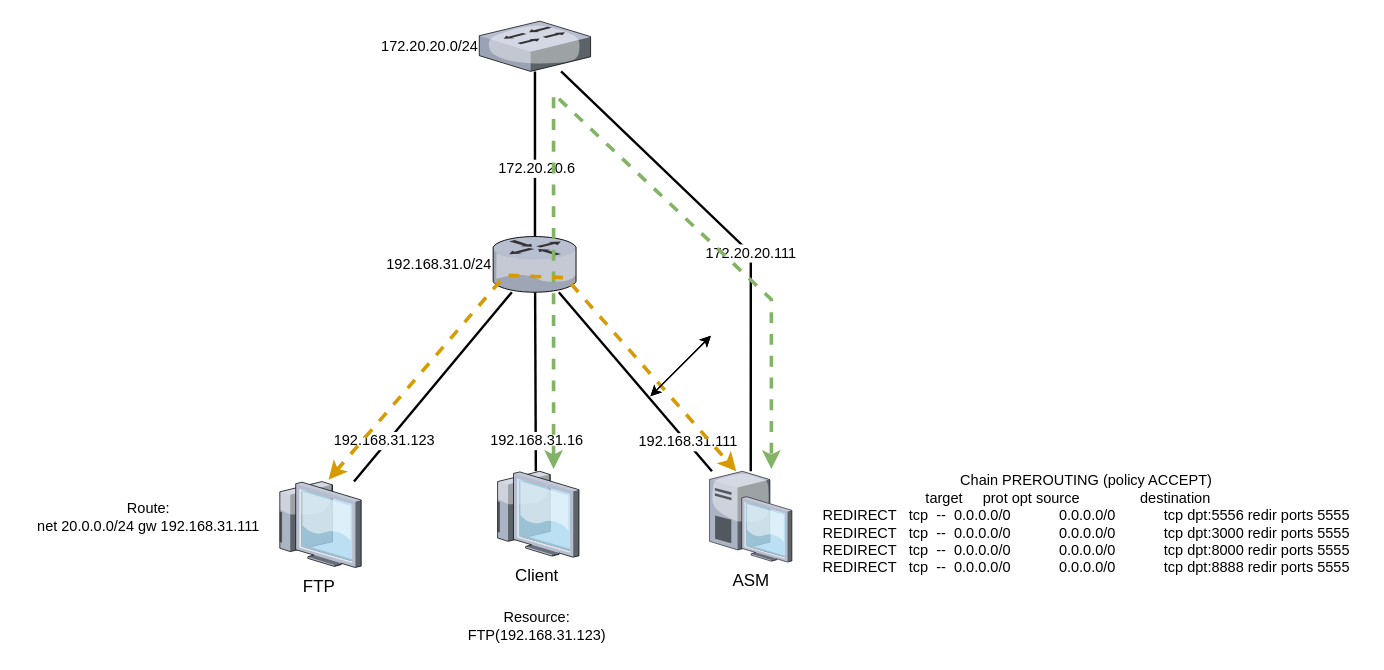
The draw.io diagram 未命名绘图.drawio in ares0516/drawio, before the edit. Source tidied: cells renumbered, new cells numbered last; positions are measured from the earlier drawing's top-left corner, leaving out a move shared by most shapes. Both pictures are drawn from the tidied source at 121%, with x=0, y=0 at pixel (21, 21).
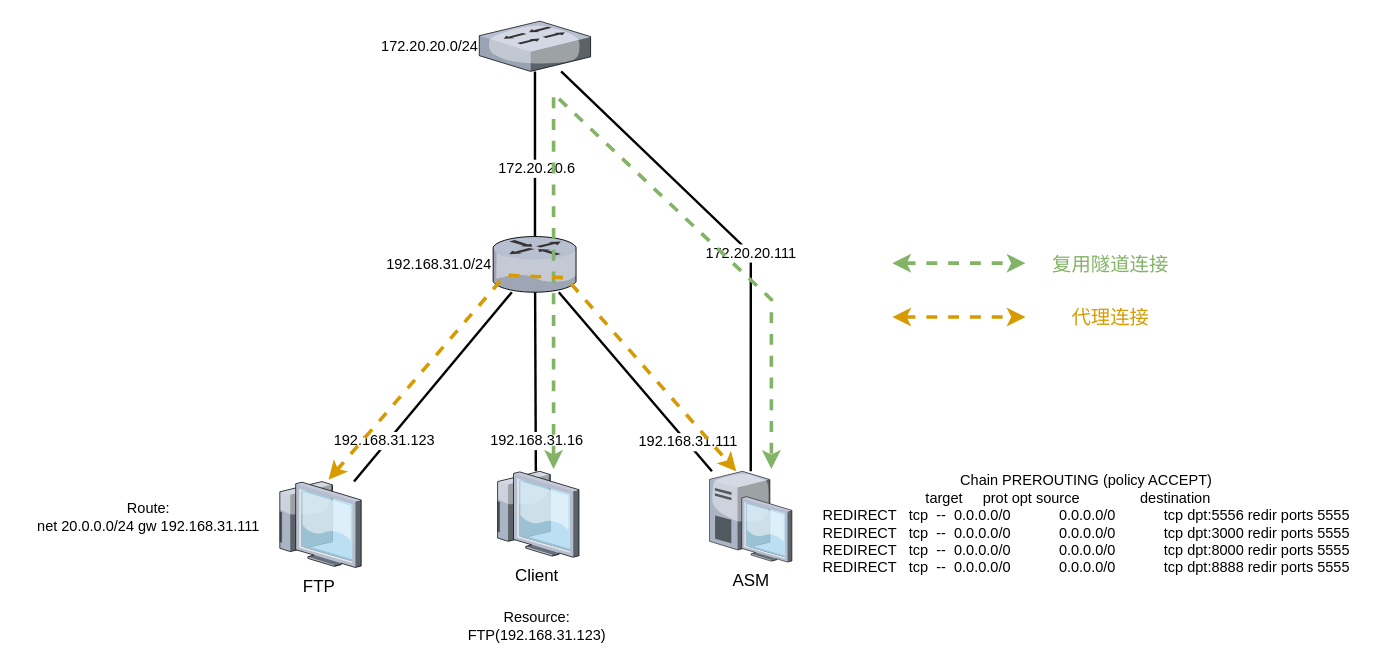
Above is the later version.

Commit message:
更新未命名绘图.drawio

What changed in the source:
```diff
@@
-    <mxCell id="22" style="endArrow=classic;startArrow=classic;html=1;rounded=0;" parent="1" edge="1">
-      <mxGeometry relative="1" as="geometry">
-        <mxPoint x="520" y="310" as="sourcePoint" />
-        <mxPoint x="570" y="260" as="targetPoint" />
-      </mxGeometry>
-    </mxCell>
-    <mxCell id="23" style="endArrow=classic;startArrow=classic;html=1;rounded=0;" parent="1" edge="1">
+    <mxCell id="23" style="endArrow=classic;startArrow=classic;html=1;rounded=0;strokeWidth=3;dashed=1;fillColor=#d5e8d4;strokeColor=#82b366;" parent="1" edge="1">
       <mxGeometry relative="1" as="geometry">
-        <mxPoint x="520" y="310" as="sourcePoint" />
-        <mxPoint x="570" y="260" as="targetPoint" />
+        <mxPoint x="720" y="200" as="sourcePoint" />
+        <mxPoint x="830" y="200" as="targetPoint" />
       </mxGeometry>
     </mxCell>
+    <mxCell id="24" style="endArrow=classic;startArrow=classic;html=1;rounded=0;strokeWidth=3;dashed=1;fillColor=#ffe6cc;strokeColor=#d79b00;" parent="1" edge="1">
+      <mxGeometry relative="1" as="geometry">
+        <mxPoint x="720" y="244.5" as="sourcePoint" />
+        <mxPoint x="830" y="244.5" as="targetPoint" />
+      </mxGeometry>
+    </mxCell>
+    <mxCell id="25" value="复用隧道连接" style="text;html=1;align=center;verticalAlign=middle;strokeColor=none;fillColor=none;fontSize=16;fontColor=light-dark(#82b367, #ededed);" parent="1" vertex="1">
+      <mxGeometry x="840" y="186" width="120" height="30" as="geometry" />
+    </mxCell>
+    <mxCell id="26" value="代理连接" style="text;html=1;align=center;verticalAlign=middle;strokeColor=none;fillColor=none;fontSize=16;fontColor=light-dark(#d79b00, #ededed);" parent="1" vertex="1">
+      <mxGeometry x="855" y="230" width="90" height="30" as="geometry" />
+    </mxCell>
```
